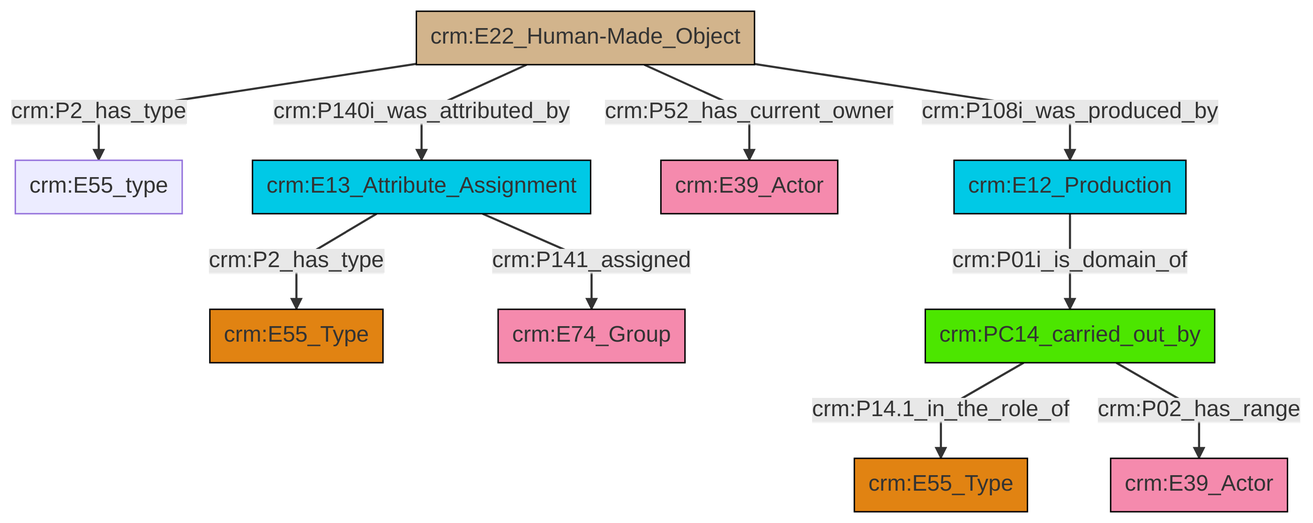
This is et/builtWorkCSV/ttl/mmd/png/Built_Work_actor_relations.png from swiss-art-research-net/docs.swissartresearch, a Mermaid export, as it was before one commit. Its source is kept beside it as et/builtWorkCSV/ttl/mmd/Built_Work_actor_relations.ttl.mmd.
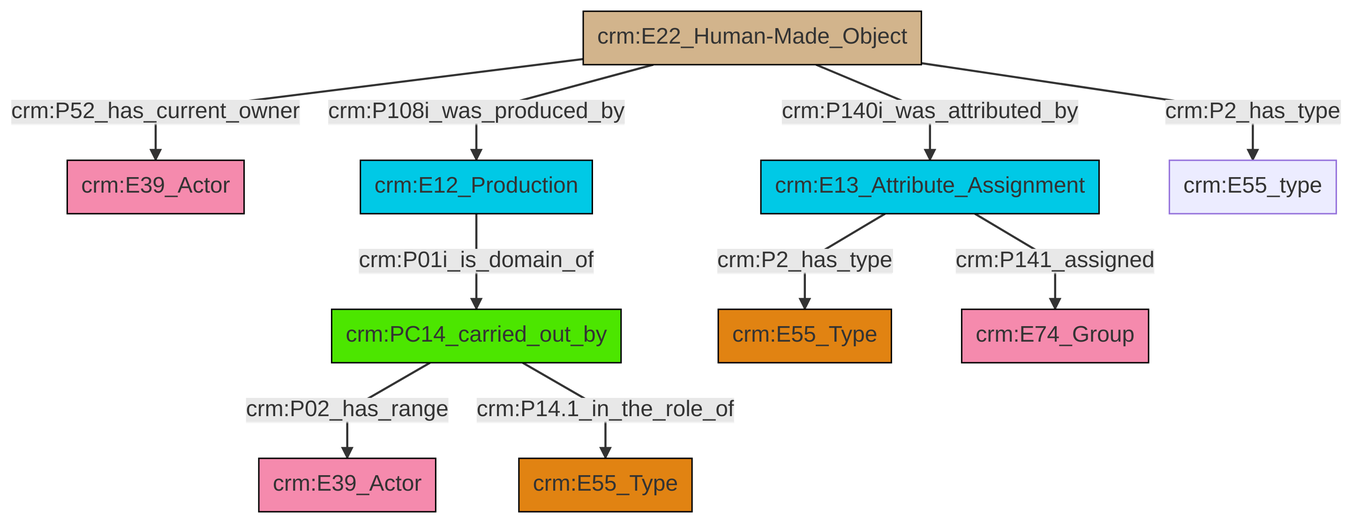
After the change.

The edit, as a diff of the source:
```diff
@@ -13,12 +13,12 @@
 classDef PC_Classes fill:#4ce600, stroke:#000000;
 classDef Multi fill:#cccccc,stroke:#000000;
 
-0["crm:E13_Attribute_Assignment"]:::Temporal_Entity -->|crm:P2_has_type| 1["crm:E55_Type"]:::Type
-6["crm:E22_Human-Made_Object"]:::Physical_Thing -->|crm:P2_has_type| 4["crm:E55_type"]:::Default
-8["crm:PC14_carried_out_by"]:::PC_Classes -->|crm:P14.1_in_the_role_of| 9["crm:E55_Type"]:::Type
-6["crm:E22_Human-Made_Object"]:::Physical_Thing -->|crm:P140i_was_attributed_by| 0["crm:E13_Attribute_Assignment"]:::Temporal_Entity
-6["crm:E22_Human-Made_Object"]:::Physical_Thing -->|crm:P52_has_current_owner| 2["crm:E39_Actor"]:::Actor
-8["crm:PC14_carried_out_by"]:::PC_Classes -->|crm:P02_has_range| 12["crm:E39_Actor"]:::Actor
-13["crm:E12_Production"]:::Temporal_Entity -->|crm:P01i_is_domain_of| 8["crm:PC14_carried_out_by"]:::PC_Classes
-6["crm:E22_Human-Made_Object"]:::Physical_Thing -->|crm:P108i_was_produced_by| 13["crm:E12_Production"]:::Temporal_Entity
-0["crm:E13_Attribute_Assignment"]:::Temporal_Entity -->|crm:P141_assigned| 15["crm:E74_Group"]:::Actor
+2["crm:PC14_carried_out_by"]:::PC_Classes -->|crm:P02_has_range| 3["crm:E39_Actor"]:::Actor
+9["crm:E22_Human-Made_Object"]:::Physical_Thing -->|crm:P52_has_current_owner| 10["crm:E39_Actor"]:::Actor
+9["crm:E22_Human-Made_Object"]:::Physical_Thing -->|crm:P108i_was_produced_by| 13["crm:E12_Production"]:::Temporal_Entity
+11["crm:E13_Attribute_Assignment"]:::Temporal_Entity -->|crm:P2_has_type| 0["crm:E55_Type"]:::Type
+2["crm:PC14_carried_out_by"]:::PC_Classes -->|crm:P14.1_in_the_role_of| 7["crm:E55_Type"]:::Type
+9["crm:E22_Human-Made_Object"]:::Physical_Thing -->|crm:P140i_was_attributed_by| 11["crm:E13_Attribute_Assignment"]:::Temporal_Entity
+11["crm:E13_Attribute_Assignment"]:::Temporal_Entity -->|crm:P141_assigned| 4["crm:E74_Group"]:::Actor
+9["crm:E22_Human-Made_Object"]:::Physical_Thing -->|crm:P2_has_type| 19["crm:E55_type"]:::Default
+13["crm:E12_Production"]:::Temporal_Entity -->|crm:P01i_is_domain_of| 2["crm:PC14_carried_out_by"]:::PC_Classes
```
